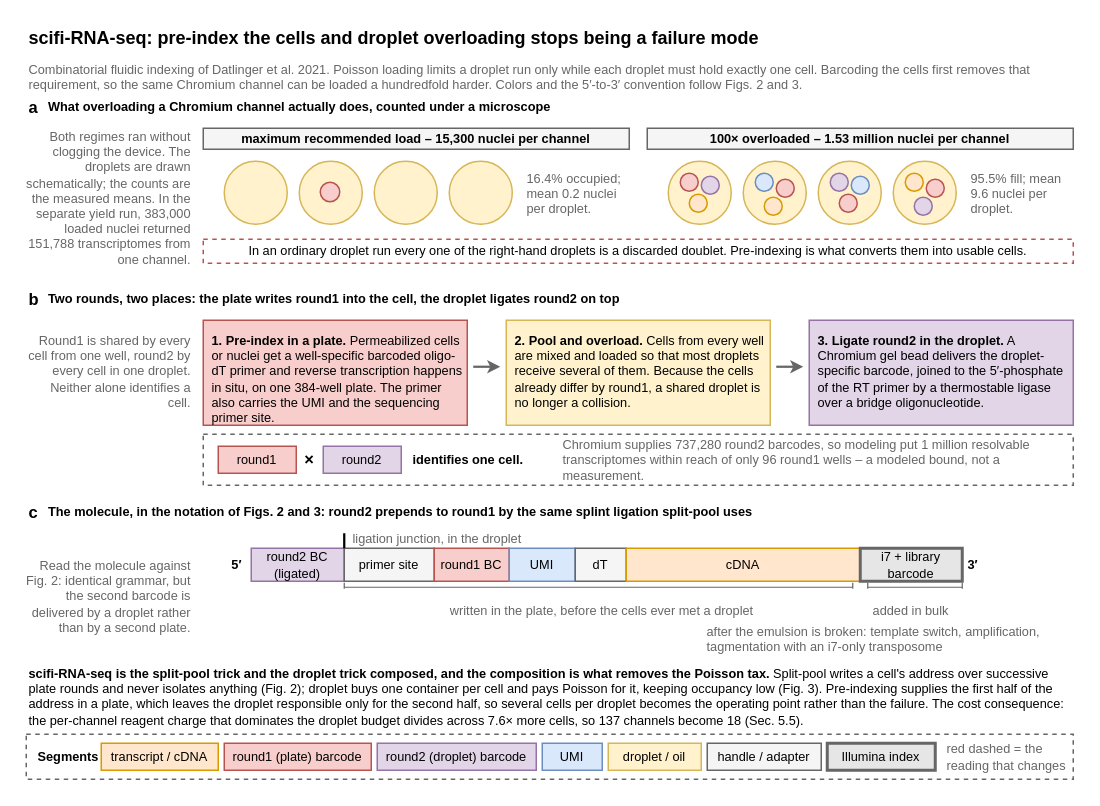
Before: notes/assets/drawio/scifi-fluidic-indexing.drawio in Mjvolk3/torchcell, a draw.io diagram. Source tidied: cells renumbered, new cells numbered last; positions are measured from the earlier drawing's top-left corner, leaving out a move shared by most shapes. Both pictures are drawn from the tidied source at 150%, with x=0, y=0 at pixel (26, 26).
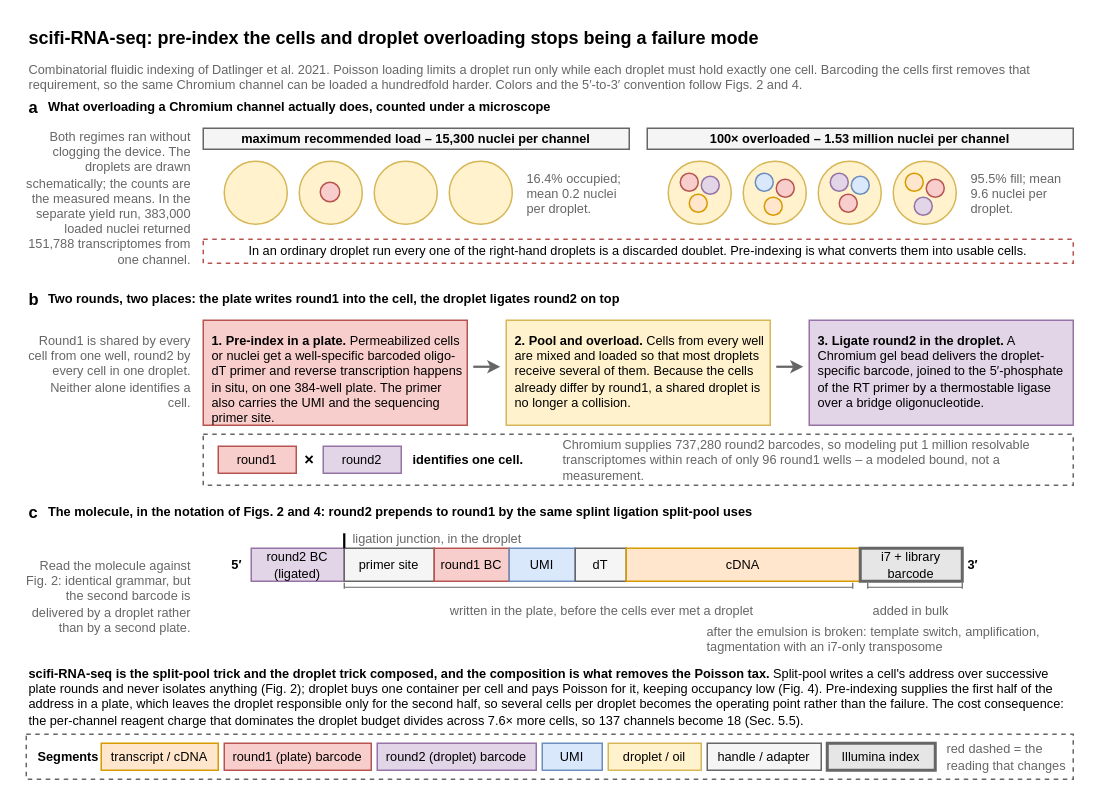
The same page after the edit.

Change to the diagram source:
```diff
@@
-    <mxCell id="3" value="Combinatorial fluidic indexing of Datlinger et al. 2021. Poisson loading limits a droplet run only while each droplet must hold exactly one cell. Barcoding the cells first removes that requirement, so the same Chromium channel can be loaded a hundredfold harder. Colors and the 5′-to-3′ convention follow Figs. 2 and 3." style="text;html=1;whiteSpace=wrap;align=left;verticalAlign=top;fontFamily=Arial;fontSize=8.5;fontColor=#666666;" parent="1" vertex="1">
+    <mxCell id="3" value="Combinatorial fluidic indexing of Datlinger et al. 2021. Poisson loading limits a droplet run only while each droplet must hold exactly one cell. Barcoding the cells first removes that requirement, so the same Chromium channel can be loaded a hundredfold harder. Colors and the 5′-to-3′ convention follow Figs. 2 and 4." style="text;html=1;whiteSpace=wrap;align=left;verticalAlign=top;fontFamily=Arial;fontSize=8.5;fontColor=#666666;" parent="1" vertex="1">
       <mxGeometry y="17" width="698" height="24" as="geometry" />
     </mxCell>
@@
-    <mxCell id="48" value="The molecule, in the notation of Figs. 2 and 3: round2 prepends to round1 by the same splint ligation split-pool uses" style="text;html=1;whiteSpace=wrap;align=left;verticalAlign=middle;fontFamily=Arial;fontSize=8.5;fontStyle=1;" parent="1" vertex="1">
+    <mxCell id="48" value="The molecule, in the notation of Figs. 2 and 4: round2 prepends to round1 by the same splint ligation split-pool uses" style="text;html=1;whiteSpace=wrap;align=left;verticalAlign=middle;fontFamily=Arial;fontSize=8.5;fontStyle=1;" parent="1" vertex="1">
       <mxGeometry x="13" y="318" width="620" height="12" as="geometry" />
     </mxCell>
@@
-    <mxCell id="70" value="&lt;b&gt;scifi-RNA-seq is the split-pool trick and the droplet trick composed, and the composition is what removes the Poisson tax.&lt;/b&gt; Split-pool writes a cell's address over successive plate rounds and never isolates anything (Fig. 2); droplet buys one container per cell and pays Poisson for it, keeping occupancy low (Fig. 3). Pre-indexing supplies the first half of the address in a plate, which leaves the droplet responsible only for the second half, so several cells per droplet becomes the operating point rather than the failure. The cost consequence: the per-channel reagent charge that dominates the droplet budget divides across 7.6× more cells, so 137 channels become 18 (Sec. 5.5)." style="text;html=1;whiteSpace=wrap;align=left;verticalAlign=top;fontFamily=Arial;fontSize=8.5;" parent="1" vertex="1">
+    <mxCell id="70" value="&lt;b&gt;scifi-RNA-seq is the split-pool trick and the droplet trick composed, and the composition is what removes the Poisson tax.&lt;/b&gt; Split-pool writes a cell's address over successive plate rounds and never isolates anything (Fig. 2); droplet buys one container per cell and pays Poisson for it, keeping occupancy low (Fig. 4). Pre-indexing supplies the first half of the address in a plate, which leaves the droplet responsible only for the second half, so several cells per droplet becomes the operating point rather than the failure. The cost consequence: the per-channel reagent charge that dominates the droplet budget divides across 7.6× more cells, so 137 channels become 18 (Sec. 5.5)." style="text;html=1;whiteSpace=wrap;align=left;verticalAlign=top;fontFamily=Arial;fontSize=8.5;" parent="1" vertex="1">
       <mxGeometry y="420" width="698" height="46" as="geometry" />
     </mxCell>
```
